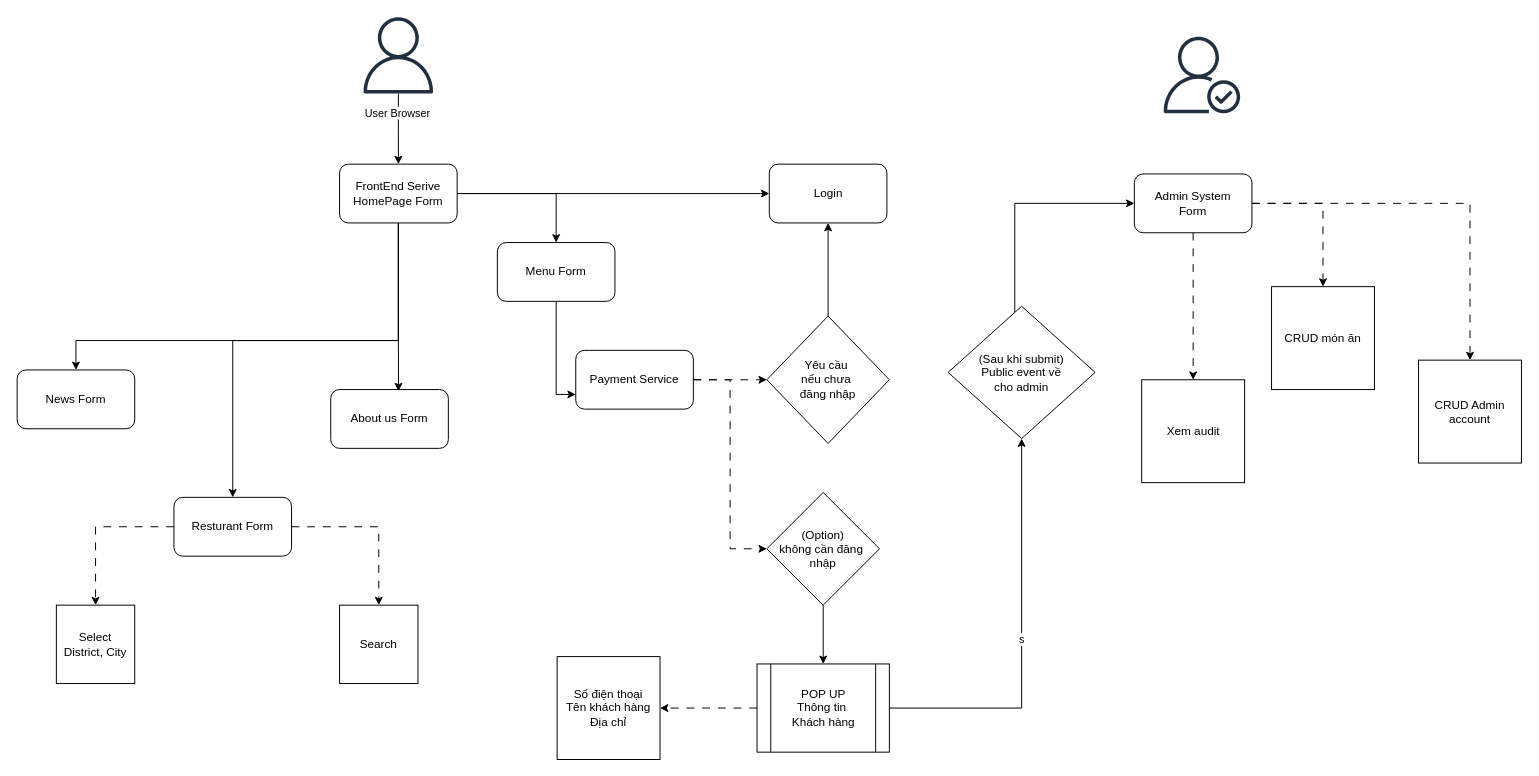
This is WorkFlowChickenStore.drawio from N4thh/Diagram, a draw.io file, before an edit. Source tidied: cells renumbered, new cells numbered last; positions are measured from the earlier drawing's top-left corner, leaving out a move shared by most shapes. Both pictures are drawn from the tidied source at 98%, with x=0, y=0 at pixel (17, 17).
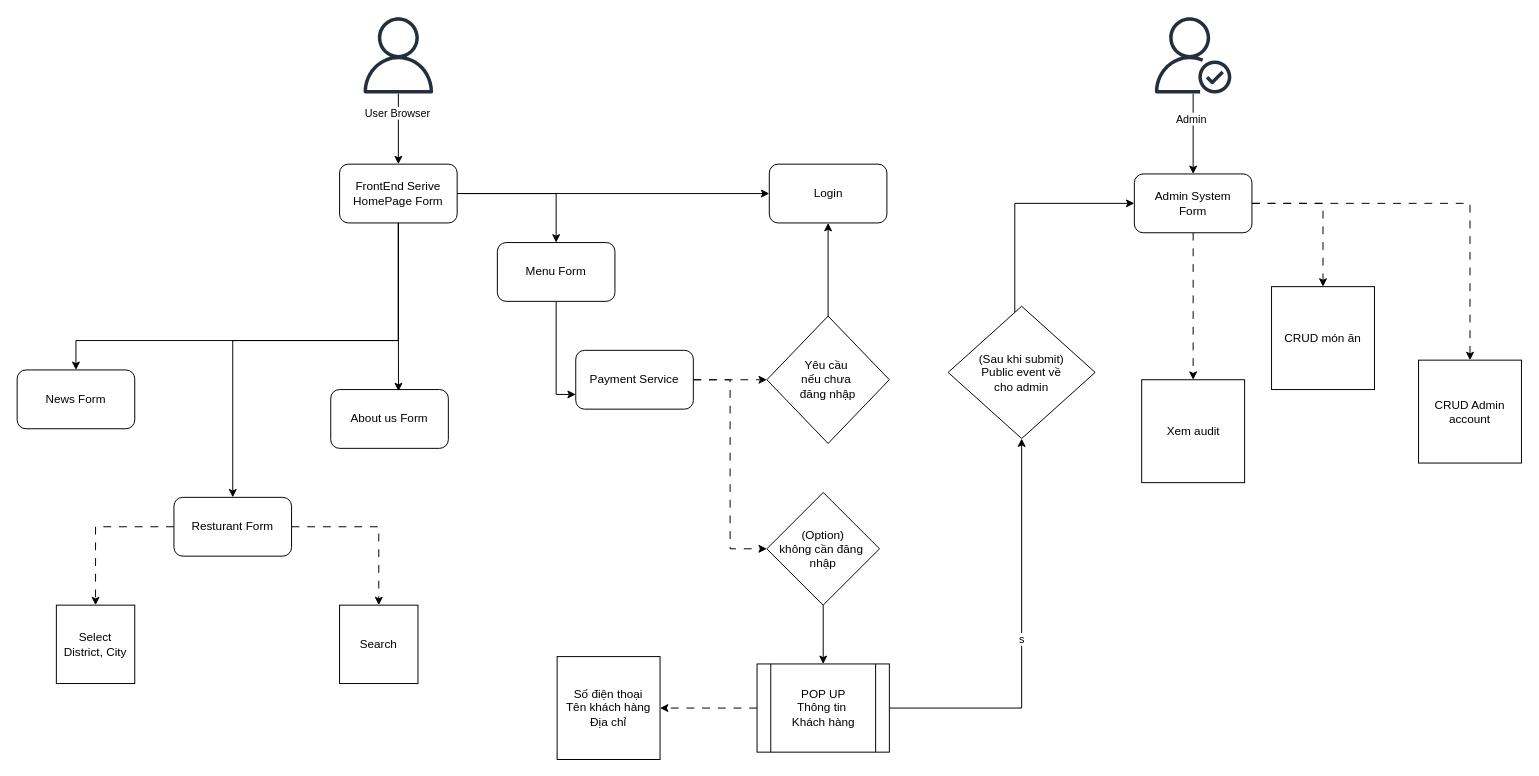
After the change.

Commit message (it also covers changes not shown here):
Cập nhật WorkFlowChickenStore.drawio

Unchanged cells that the change refers to:
```xml
<mxCell id="36" value="Admin System &lt;br&gt;Form" style="rounded=1;whiteSpace=wrap;html=1;" parent="1" vertex="1">
  <mxGeometry x="1140" y="160" width="120" height="60" as="geometry" />
</mxCell>
```

What changed in the source:
```diff
@@
+    <mxCell id="42" style="edgeStyle=orthogonalEdgeStyle;rounded=0;jettySize=auto;html=1;" parent="1" edge="1" source="32" target="36">
+      <mxGeometry relative="1" as="geometry" />
+    </mxCell>
+    <mxCell id="43" value="Admin" style="edgeLabel;html=1;align=center;verticalAlign=middle;" parent="42" vertex="1">
+      <mxGeometry x="-0.39" y="-3" relative="1" as="geometry" />
+    </mxCell>
     <mxCell id="32" style="sketch=0;outlineConnect=0;fontColor=#232F3E;gradientColor=none;fillColor=#232F3D;strokeColor=none;dashed=0;verticalLabelPosition=bottom;verticalAlign=top;align=center;html=1;fontSize=12;fontStyle=0;shape=mxgraph.aws4.authenticated_user;" parent="1" vertex="1">
-      <mxGeometry x="1170" y="20" width="78" height="78" as="geometry" />
+      <mxGeometry x="1161" width="78" height="78" as="geometry" />
     </mxCell>
```
